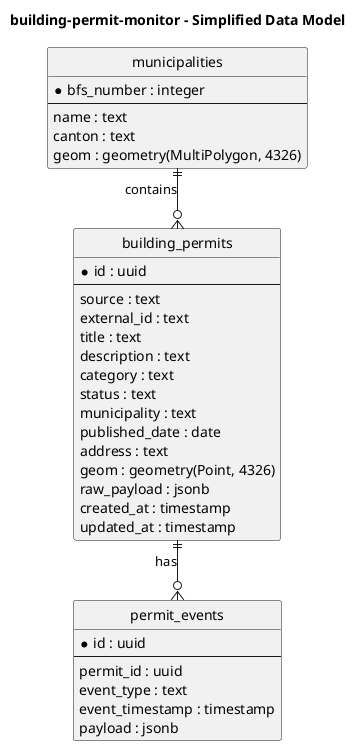
The PlantUML diagram docs/architecture/simplified-data-model.png in wsutter/building-permit-monitor-root, before a commit. Source of this version:
```plantuml
@startuml
title building-permit-monitor - Simplified Data Model

hide circle
skinparam linetype ortho
skinparam shadowing false

entity "building_permits" as permits {
  * id : uuid
  --
  source : text
  external_id : text
  title : text
  description : text
  category : text
  status : text
  municipality : text
  published_date : date
  address : text
  geom : geometry(Point, 4326)
  raw_payload : jsonb
  created_at : timestamp
  updated_at : timestamp
}

entity "permit_events" as events {
  * id : uuid
  --
  permit_id : uuid
  event_type : text
  event_timestamp : timestamp
  payload : jsonb
}

entity "municipalities" as municipalities {
  * bfs_number : integer
  --
  name : text
  canton : text
  geom : geometry(MultiPolygon, 4326)
}

municipalities ||--o{ permits : contains
permits ||--o{ events : has

@enduml
```
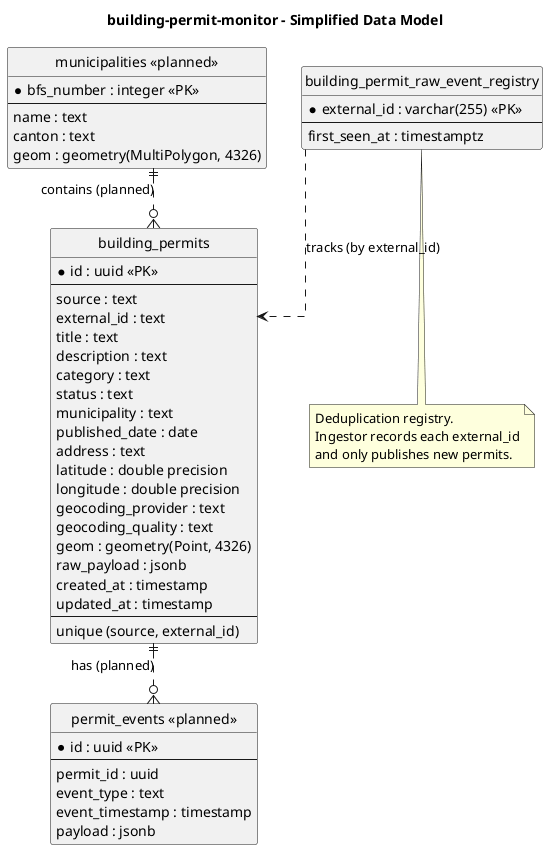
After the commit.

Change to the diagram source:
```diff
@@ -5,8 +5,9 @@
 skinparam linetype ortho
 skinparam shadowing false
 
+
 entity "building_permits" as permits {
-  * id : uuid
+  * id : uuid <<PK>>
   --
   source : text
   external_id : text
@@ -17,14 +18,33 @@
   municipality : text
   published_date : date
   address : text
+  latitude : double precision
+  longitude : double precision
+  geocoding_provider : text
+  geocoding_quality : text
   geom : geometry(Point, 4326)
   raw_payload : jsonb
   created_at : timestamp
   updated_at : timestamp
+  --
+  unique (source, external_id)
 }
 
-entity "permit_events" as events {
-  * id : uuid
+entity "building_permit_raw_event_registry" as registry {
+  * external_id : varchar(255) <<PK>>
+  --
+  first_seen_at : timestamptz
+}
+
+note bottom of registry
+  Deduplication registry.
+  Ingestor records each external_id
+  and only publishes new permits.
+end note
+
+
+entity "permit_events <<planned>>" as events {
+  * id : uuid <<PK>>
   --
   permit_id : uuid
   event_type : text
@@ -32,15 +52,16 @@
   payload : jsonb
 }
 
-entity "municipalities" as municipalities {
-  * bfs_number : integer
+entity "municipalities <<planned>>" as municipalities {
+  * bfs_number : integer <<PK>>
   --
   name : text
   canton : text
   geom : geometry(MultiPolygon, 4326)
 }
 
-municipalities ||--o{ permits : contains
-permits ||--o{ events : has
+registry ..> permits : tracks (by external_id)
+municipalities ||..o{ permits : contains (planned)
+permits ||..o{ events : has (planned)
 
 @enduml
```
